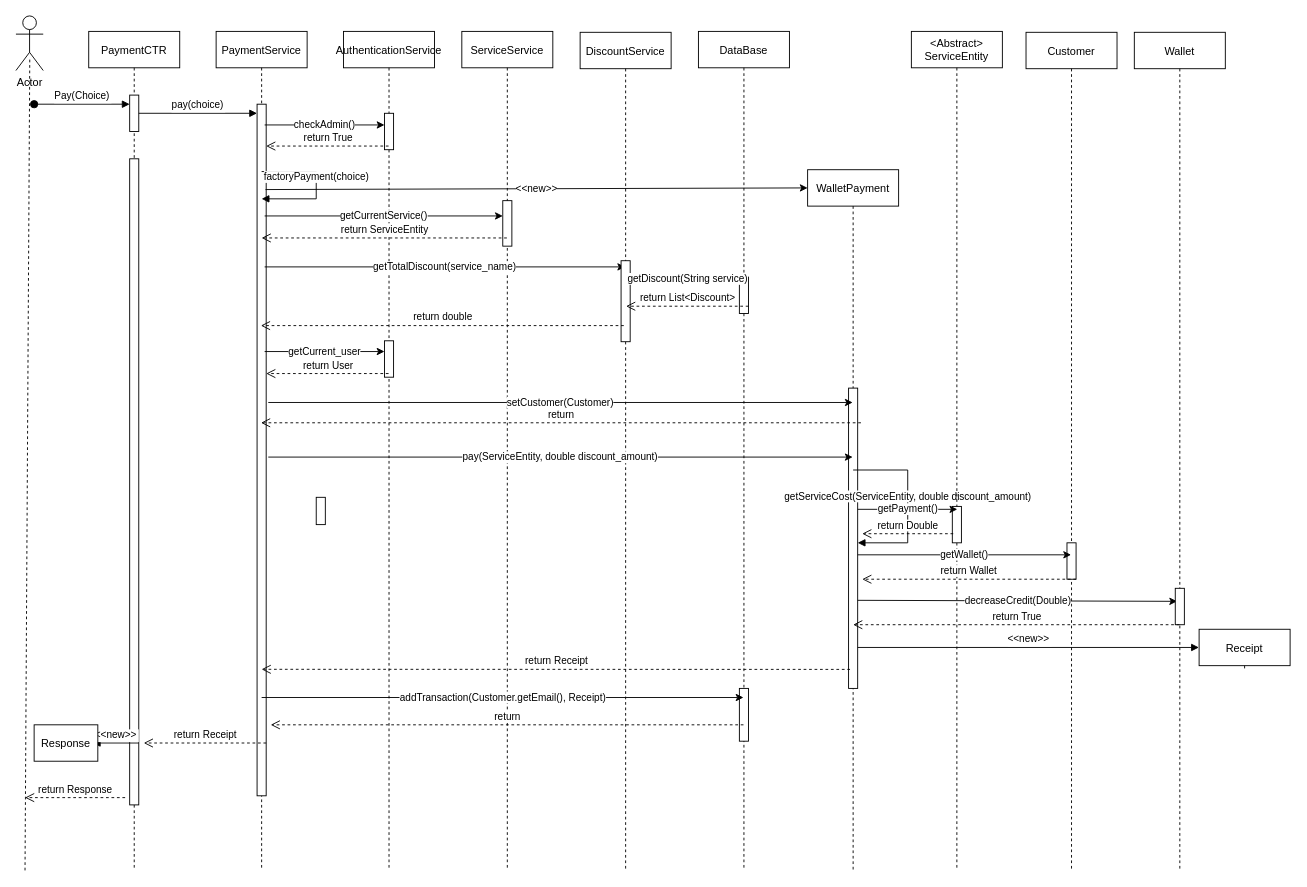
This is Sequence Diagrams/walletPayment.drawio from gamdeeen/FawranWebService, a draw.io file, before an edit. Source tidied: cells renumbered, new cells numbered last; positions are measured from the earlier drawing's top-left corner, leaving out a move shared by most shapes. Both pictures are drawn from the tidied source at 91%, with x=0, y=0 at pixel (15, 15).
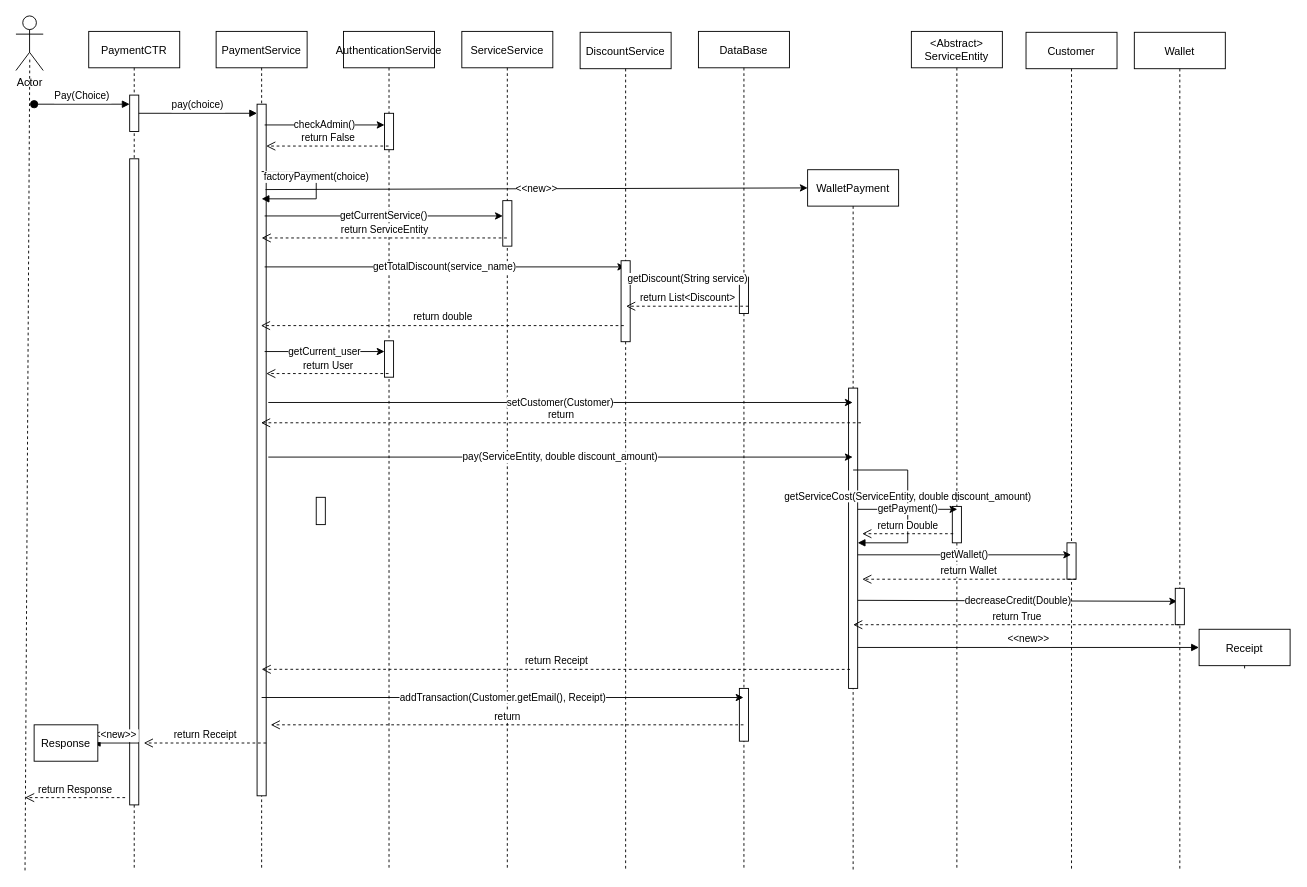
Above is the later version.

Commit message:
Update Wallet Payment Sequence Diagram

What changed in the source:
```diff
@@
-    <mxCell id="17" value="return True" style="html=1;verticalAlign=bottom;endArrow=open;dashed=1;endSize=8;rounded=0;" parent="1" edge="1">
+    <mxCell id="17" value="return False" style="html=1;verticalAlign=bottom;endArrow=open;dashed=1;endSize=8;rounded=0;" parent="1" edge="1">
       <mxGeometry relative="1" as="geometry">
         <mxPoint x="409.5" y="143" as="sourcePoint" />
         <mxPoint x="275" y="143" as="targetPoint" />
       </mxGeometry>
     </mxCell>
```
